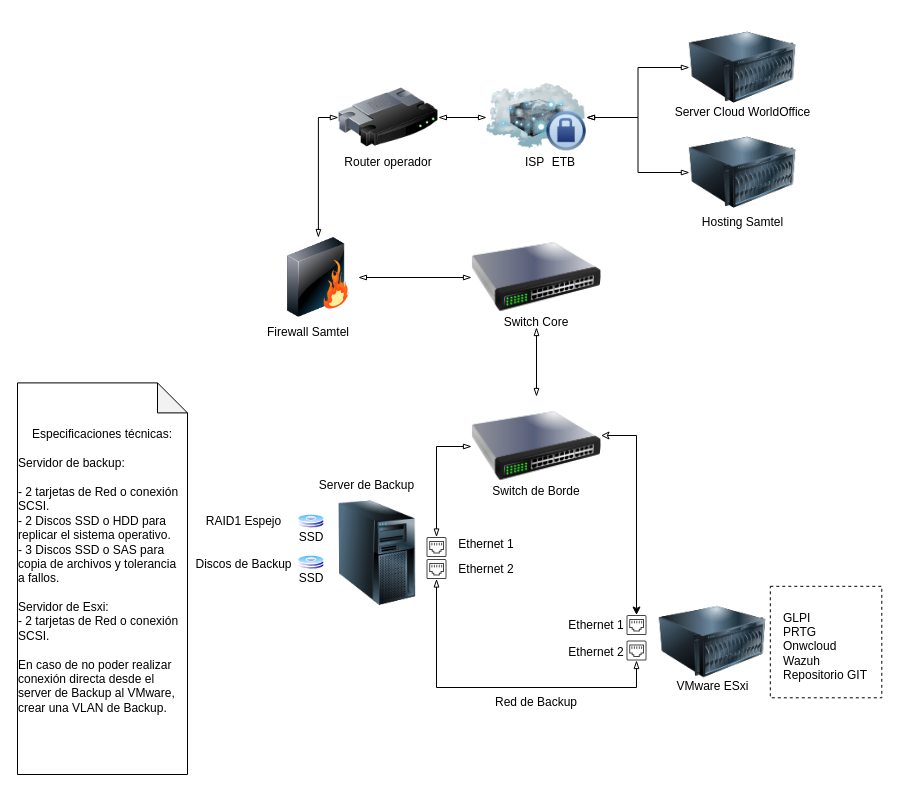
This is Diagrama sin título.drawio from CodeTechNews/Prototipo, a draw.io file, before an edit. Source tidied: cells renumbered, new cells numbered last; positions are measured from the earlier drawing's top-left corner, leaving out a move shared by most shapes. Both pictures are drawn from the tidied source at 100%, with x=0, y=0 at pixel (17, 17).
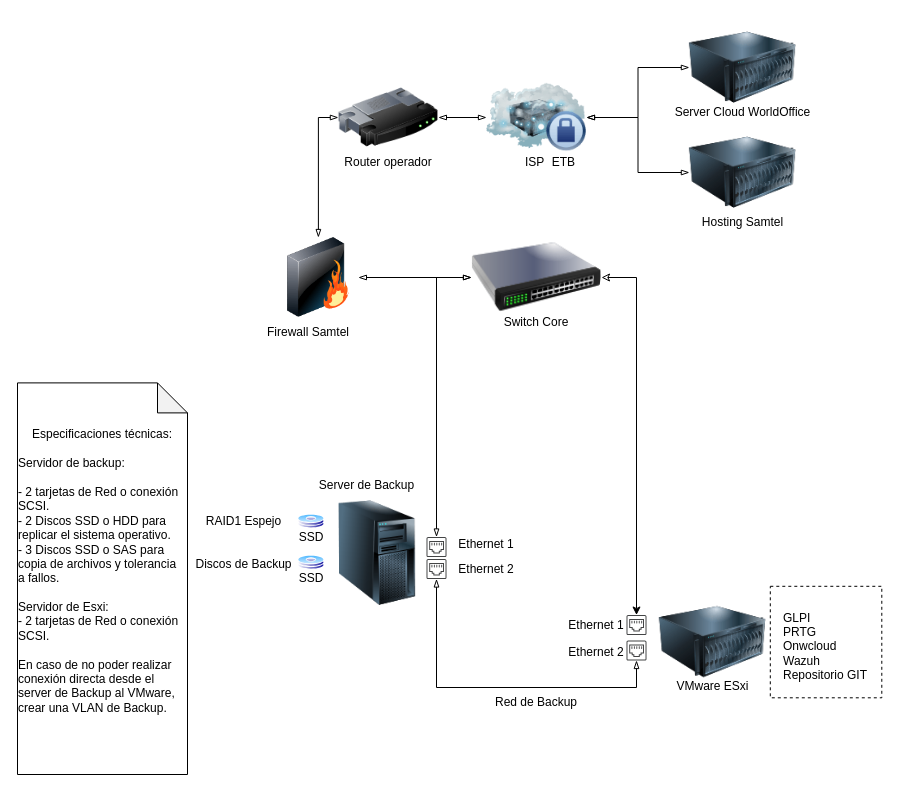
After the change.

The change refers to these unchanged cells:
```xml
<mxCell id="2" style="sketch=0;shadow=0;dashed=0;html=1;strokeColor=none;fillColor=#434445;labelPosition=center;verticalLabelPosition=bottom;verticalAlign=top;align=center;outlineConnect=0;shape=mxgraph.vvd.ethernet_port;" parent="1" vertex="1">
  <mxGeometry x="409" y="519.5" width="20" height="20" as="geometry" />
</mxCell>
<mxCell id="5" style="sketch=0;shadow=0;dashed=0;html=1;strokeColor=none;fillColor=#434445;labelPosition=center;verticalLabelPosition=bottom;verticalAlign=top;align=center;outlineConnect=0;shape=mxgraph.vvd.ethernet_port;" parent="1" vertex="1">
  <mxGeometry x="609" y="597.5" width="20" height="20" as="geometry" />
</mxCell>
<mxCell id="35" style="image;html=1;image=img/lib/clip_art/networking/Switch_128x128.png;" parent="1" vertex="1">
  <mxGeometry x="454" y="210" width="130" height="100" as="geometry" />
</mxCell>
```

The edit, as a diff of the source:
```diff
@@
-    <mxCell id="9" style="edgeStyle=orthogonalEdgeStyle;rounded=0;jettySize=auto;html=1;startArrow=blockThin;startFill=0;exitX=0;exitY=0.5;exitDx=0;exitDy=0;endArrow=blockThin;endFill=0;" parent="1" edge="1" source="23" target="2">
+    <mxCell id="9" style="edgeStyle=orthogonalEdgeStyle;rounded=0;jettySize=auto;html=1;startArrow=blockThin;startFill=0;endArrow=blockThin;endFill=0;" parent="1" edge="1" source="35" target="2">
       <mxGeometry relative="1" as="geometry" />
     </mxCell>
-    <mxCell id="10" style="edgeStyle=orthogonalEdgeStyle;rounded=0;jettySize=auto;html=1;startArrow=classic;startFill=0;exitX=0.996;exitY=0.39;exitDx=0;exitDy=0;exitPerimeter=0;" parent="1" edge="1" source="23" target="5">
+    <mxCell id="10" style="edgeStyle=orthogonalEdgeStyle;rounded=0;jettySize=auto;html=1;startArrow=classic;startFill=0;exitX=1;exitY=0.5;exitDx=0;exitDy=0;" parent="1" edge="1" source="35" target="5">
       <mxGeometry relative="1" as="geometry" />
     </mxCell>
@@
-    <mxCell id="22" style="edgeStyle=orthogonalEdgeStyle;rounded=0;jettySize=auto;html=1;startArrow=blockThin;startFill=0;endArrow=blockThin;endFill=0;" parent="1" edge="1" source="23" target="35">
-      <mxGeometry relative="1" as="geometry" />
-    </mxCell>
-    <mxCell id="23" style="image;html=1;image=img/lib/clip_art/networking/Switch_128x128.png;" parent="1" vertex="1">
-      <mxGeometry x="454" y="379" width="130" height="100" as="geometry" />
-    </mxCell>
-    <mxCell id="24" value="Switch de Borde" style="text;html=1;align=center;verticalAlign=middle;whiteSpace=wrap;rounded=0;" parent="1" vertex="1">
-      <mxGeometry x="454" y="459" width="130" height="30" as="geometry" />
-    </mxCell>
```
